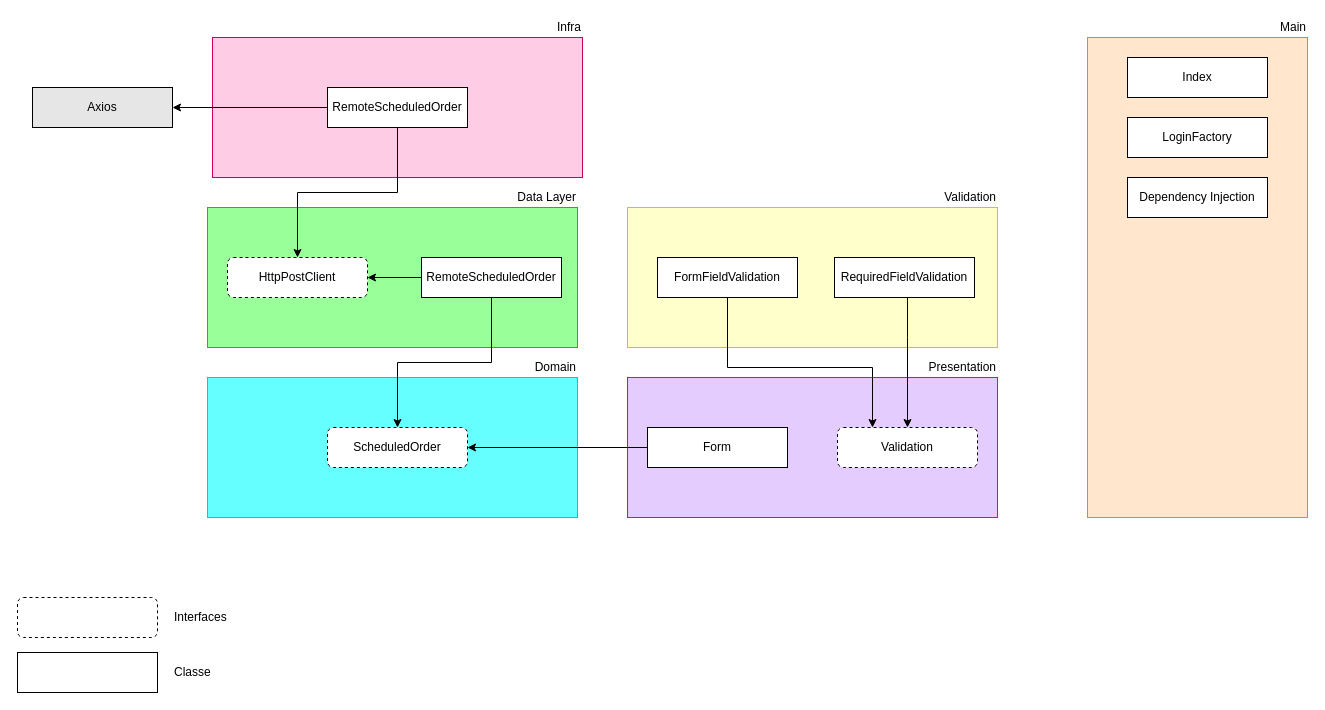
EmersonCDias/udemy-maguinho-front keeps this draw.io diagram as page "Page-2" (2 of 2) of Manguinho course - Login Diagram.drawio. Above is the earlier version. Source tidied: cells renumbered, new cells numbered last; positions are measured from the earlier drawing's top-left corner, leaving out a move shared by most shapes. Both pictures are drawn from the tidied source at 100%, with x=0, y=0 at pixel (17, 17).
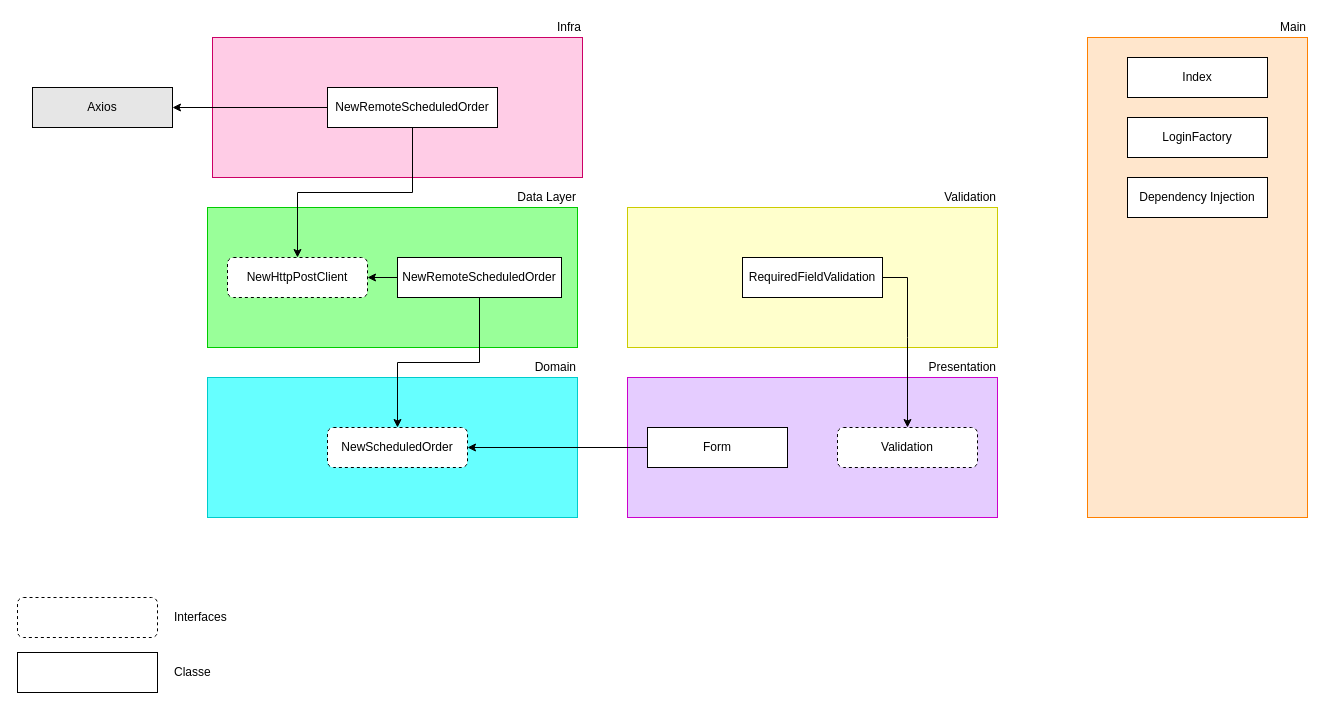
After the change.

Unchanged cells that the change refers to:
```xml
<mxCell id="31" value="Validation" style="rounded=1;whiteSpace=wrap;html=1;dashed=1;" parent="1" vertex="1">
  <mxGeometry x="820" y="410" width="140" height="40" as="geometry" />
</mxCell>
```

The edit, as a diff of the source:
```diff
@@
-    <mxCell id="5" value="RemoteScheduledOrder" style="rounded=0;whiteSpace=wrap;html=1;" parent="1" vertex="1">
-      <mxGeometry x="404" y="240" width="140" height="40" as="geometry" />
+    <mxCell id="5" value="NewRemoteScheduledOrder" style="rounded=0;whiteSpace=wrap;html=1;" parent="1" vertex="1">
+      <mxGeometry x="380" y="240" width="164" height="40" as="geometry" />
     </mxCell>
@@
-    <mxCell id="10" value="ScheduledOrder" style="rounded=1;whiteSpace=wrap;html=1;dashed=1;" parent="1" vertex="1">
+    <mxCell id="10" value="NewScheduledOrder" style="rounded=1;whiteSpace=wrap;html=1;dashed=1;" parent="1" vertex="1">
       <mxGeometry x="310" y="410" width="140" height="40" as="geometry" />
     </mxCell>
@@
-    <mxCell id="13" value="HttpPostClient" style="rounded=1;whiteSpace=wrap;html=1;dashed=1;" parent="1" vertex="1">
+    <mxCell id="13" value="NewHttpPostClient" style="rounded=1;whiteSpace=wrap;html=1;dashed=1;" parent="1" vertex="1">
       <mxGeometry x="210" y="240" width="140" height="40" as="geometry" />
     </mxCell>
@@
-    <mxCell id="19" value="RemoteScheduledOrder" style="rounded=0;whiteSpace=wrap;html=1;" parent="1" vertex="1">
-      <mxGeometry x="310" y="70" width="140" height="40" as="geometry" />
+    <mxCell id="19" value="NewRemoteScheduledOrder" style="rounded=0;whiteSpace=wrap;html=1;" parent="1" vertex="1">
+      <mxGeometry x="310" y="70" width="170" height="40" as="geometry" />
     </mxCell>
@@
     <mxCell id="28" value="RequiredFieldValidation" style="rounded=0;whiteSpace=wrap;html=1;" parent="1" vertex="1">
-      <mxGeometry x="817" y="240" width="140" height="40" as="geometry" />
+      <mxGeometry x="725" y="240" width="140" height="40" as="geometry" />
     </mxCell>
-    <mxCell id="29" style="edgeStyle=orthogonalEdgeStyle;rounded=0;jettySize=auto;html=1;entryX=0.25;entryY=0;entryDx=0;entryDy=0;" parent="1" edge="1" source="30" target="31">
-      <mxGeometry relative="1" as="geometry">
-        <Array as="points">
-          <mxPoint x="710" y="350" />
-          <mxPoint x="855" y="350" />
-        </Array>
-      </mxGeometry>
-    </mxCell>
-    <mxCell id="30" value="FormFieldValidation" style="rounded=0;whiteSpace=wrap;html=1;" parent="1" vertex="1">
-      <mxGeometry x="640" y="240" width="140" height="40" as="geometry" />
-    </mxCell>
```
